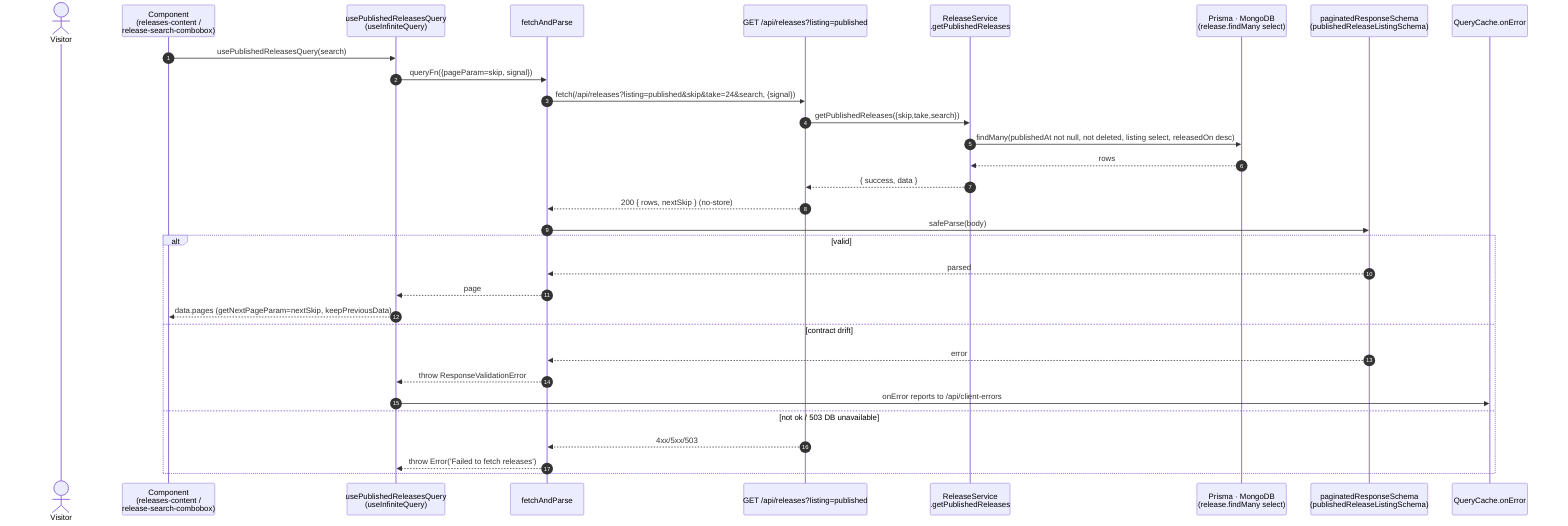
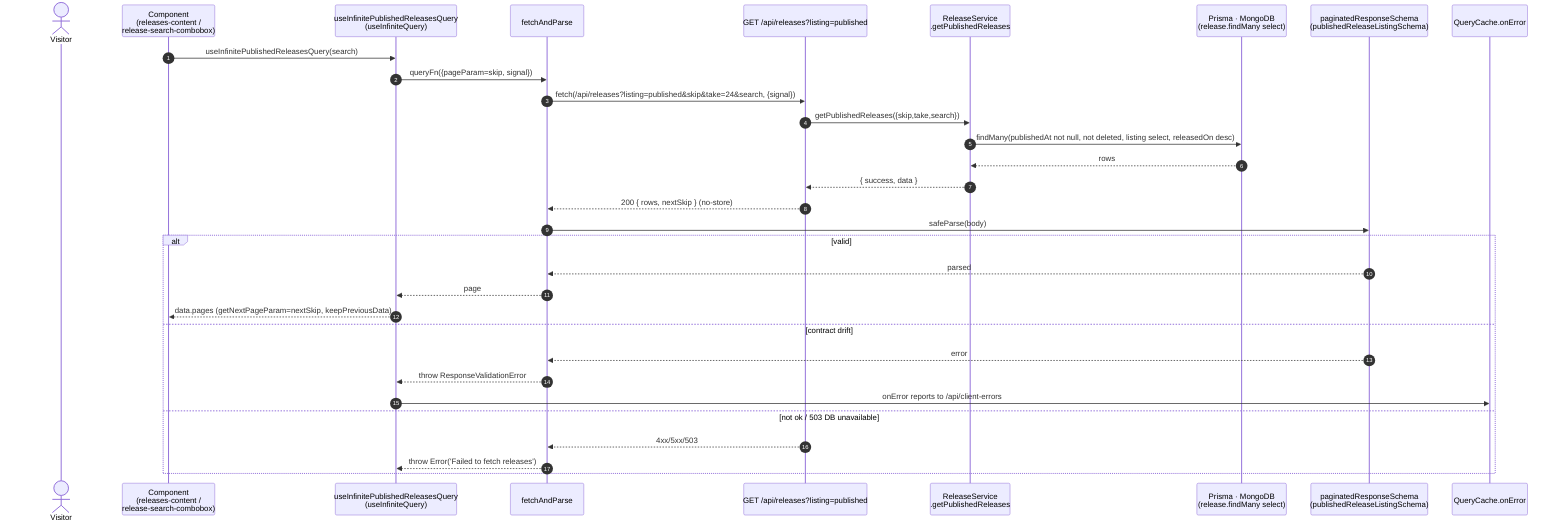
- %% usePublishedReleasesQuery (+ usePublishedReleaseSearchQuery)
+ %% useInfinitePublishedReleasesQuery (+ usePublishedReleaseSearchQuery)
sequenceDiagram
    autonumber
    actor U as Visitor
    participant C as Component<br/>(releases-content /<br/>release-search-combobox)
-     participant H as usePublishedReleasesQuery<br/>(useInfiniteQuery)
+     participant H as useInfinitePublishedReleasesQuery<br/>(useInfiniteQuery)
    participant F as fetchAndParse
    participant R as GET /api/releases?listing=published
    participant SV as ReleaseService<br/>.getPublishedReleases
    participant DB as Prisma · MongoDB<br/>(release.findMany select)
    participant V as paginatedResponseSchema<br/>(publishedReleaseListingSchema)
    participant RC as QueryCache.onError
-     C->>H: usePublishedReleasesQuery(search)
+     C->>H: useInfinitePublishedReleasesQuery(search)
    H->>F: queryFn({pageParam=skip, signal})
    F->>R: fetch(/api/releases?listing=published&skip&take=24&search, {signal})
    R->>SV: getPublishedReleases({skip,take,search})
    SV->>DB: findMany(publishedAt not null, not deleted, listing select, releasedOn desc)
    DB-->>SV: rows
    SV-->>R: { success, data }
    R-->>F: 200 { rows, nextSkip } (no-store)
    F->>V: safeParse(body)
    alt valid
        V-->>F: parsed
        F-->>H: page
        H-->>C: data.pages (getNextPageParam=nextSkip, keepPreviousData)
    else contract drift
        V-->>F: error
        F-->>H: throw ResponseValidationError
        H->>RC: onError reports to /api/client-errors
    else not ok / 503 DB unavailable
        R-->>F: 4xx/5xx/503
        F-->>H: throw Error('Failed to fetch releases')
    end
